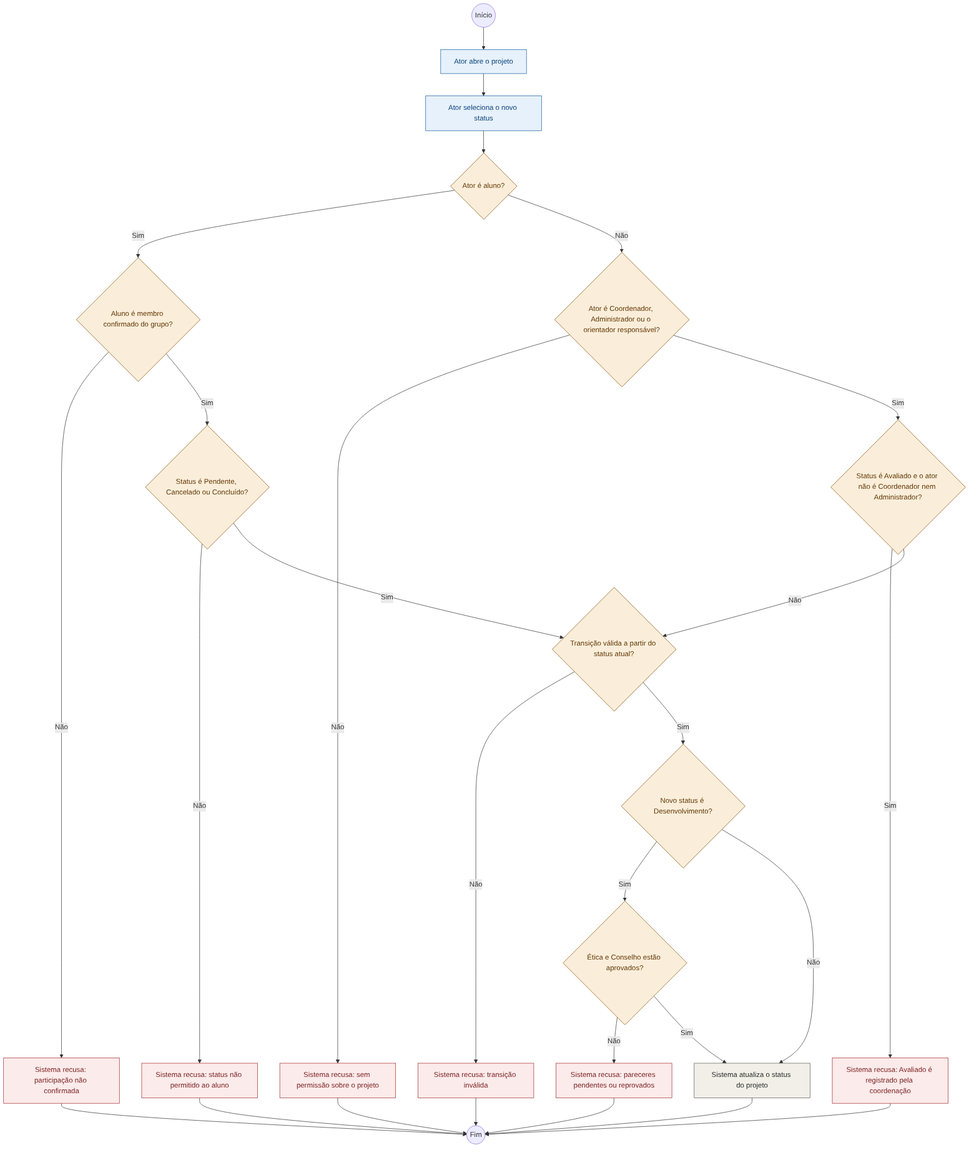
Above: documentos/atividades/02-realizar-status-andamento.png in HevertonMarques/desweb_rep (Mermaid), before the change. Its source is kept beside it as documentos/atividades/02-realizar-status-andamento.mmd.
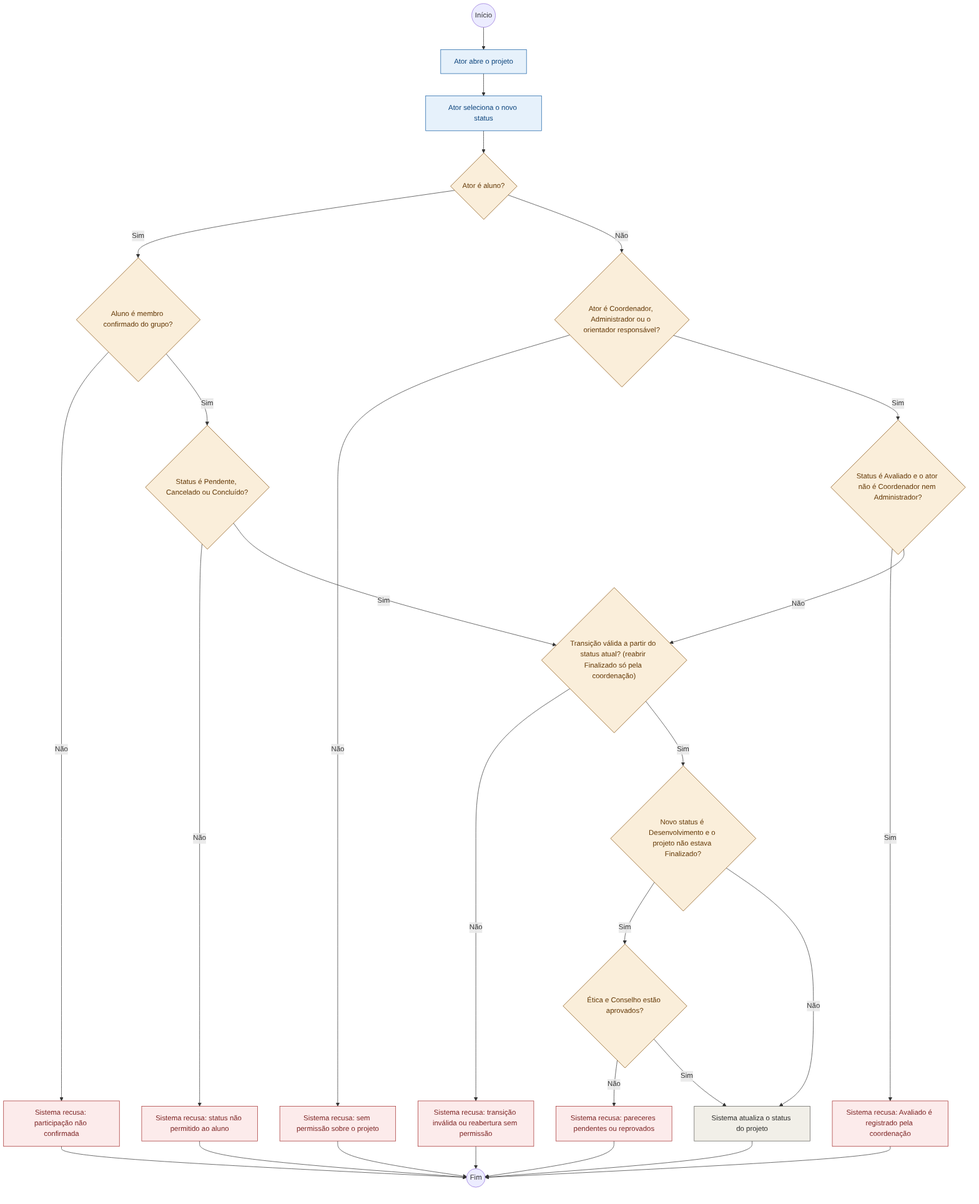
After the commit.

Change to the diagram source:
```diff
@@ -6,14 +6,14 @@
   d2 -- Não --> e1["Sistema recusa: participação não confirmada"]
   d2 -- Sim --> d3{"Status é Pendente, Cancelado ou Concluído?"}
   d3 -- Não --> e2["Sistema recusa: status não permitido ao aluno"]
-  d3 -- Sim --> d6{"Transição válida a partir do status atual?"}
+  d3 -- Sim --> d6{"Transição válida a partir do status atual? (reabrir Finalizado só pela coordenação)"}
   d1 -- "Não" --> d4{"Ator é Coordenador, Administrador ou o orientador responsável?"}
   d4 -- Não --> e4["Sistema recusa: sem permissão sobre o projeto"]
   d4 -- Sim --> d5{"Status é Avaliado e o ator não é Coordenador nem Administrador?"}
   d5 -- Sim --> e5["Sistema recusa: Avaliado é registrado pela coordenação"]
   d5 -- Não --> d6
-  d6 -- Não --> e3["Sistema recusa: transição inválida"]
-  d6 -- Sim --> d7{"Novo status é Desenvolvimento?"}
+  d6 -- Não --> e3["Sistema recusa: transição inválida ou reabertura sem permissão"]
+  d6 -- Sim --> d7{"Novo status é Desenvolvimento e o projeto não estava Finalizado?"}
   d7 -- Sim --> d8{"Ética e Conselho estão aprovados?"}
   d8 -- Não --> e6["Sistema recusa: pareceres pendentes ou reprovados"]
   d8 -- Sim --> s1["Sistema atualiza o status do projeto"]
```
